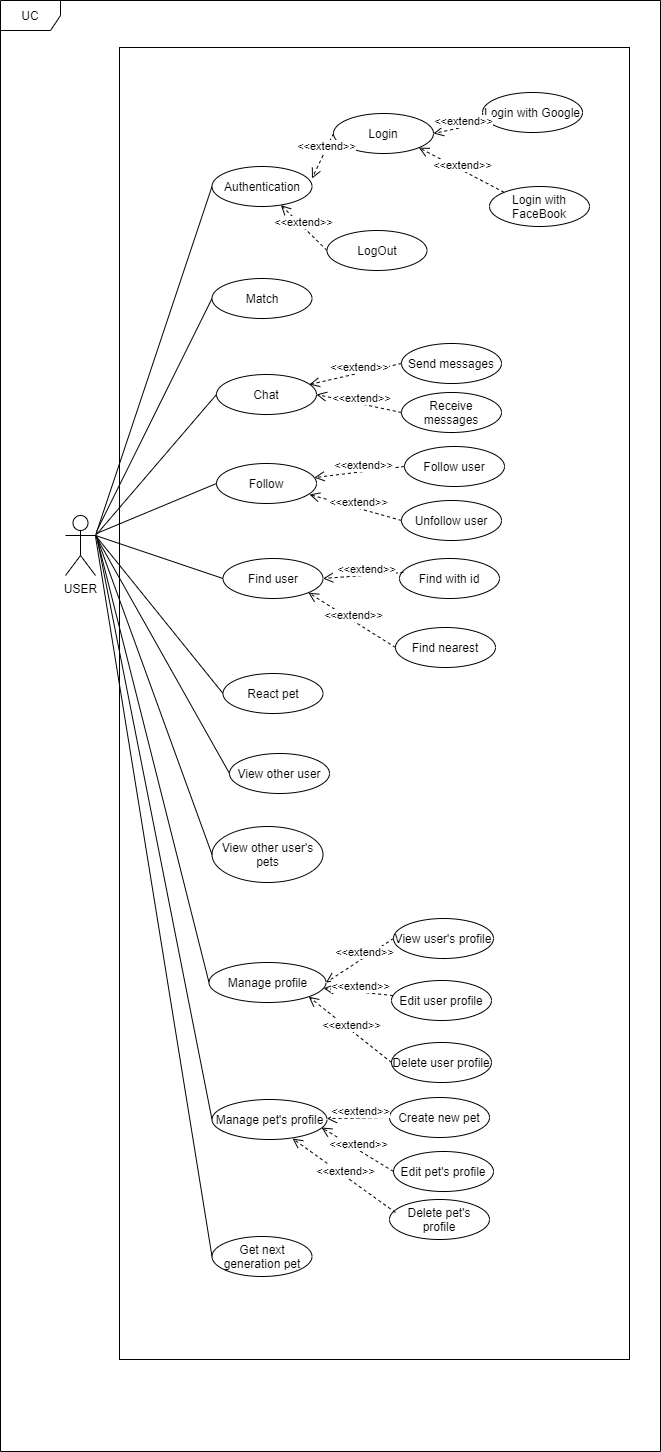
This is Document/Diagrams/Untitled Diagram-Usecase user.png from fevirtus/KLTN, a draw.io export, as it was before one commit. Source tidied: cells renumbered, new cells last; positions are measured from the earlier drawing's top-left corner, leaving out a move shared by most shapes.
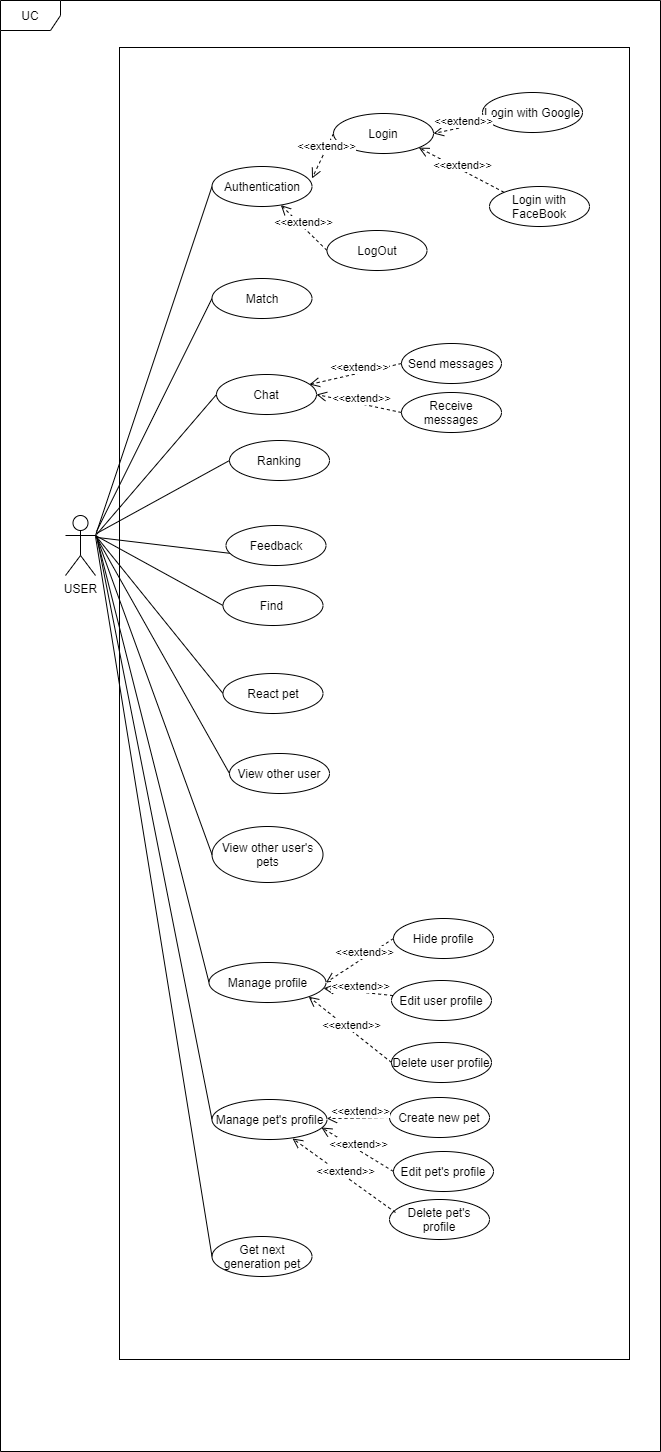
The same diagram one commit later.

Change to the diagram source:
```diff
@@ -20,11 +20,11 @@
     <mxCell id="7" value="Chat" style="ellipse;whiteSpace=wrap;html=1;align=center;" parent="1" vertex="1">
       <mxGeometry x="216" y="374" width="100" height="40" as="geometry" />
     </mxCell>
-    <mxCell id="8" value="Follow" style="ellipse;whiteSpace=wrap;html=1;align=center;" parent="1" vertex="1">
-      <mxGeometry x="216" y="463" width="100" height="40" as="geometry" />
+    <mxCell id="8" value="Ranking" style="ellipse;whiteSpace=wrap;html=1;align=center;" parent="1" vertex="1">
+      <mxGeometry x="229" y="440" width="100" height="40" as="geometry" />
     </mxCell>
-    <mxCell id="9" value="Find user" style="ellipse;whiteSpace=wrap;html=1;align=center;" parent="1" vertex="1">
-      <mxGeometry x="222.5" y="558" width="100" height="40" as="geometry" />
+    <mxCell id="9" value="Find&amp;nbsp;" style="ellipse;whiteSpace=wrap;html=1;align=center;" parent="1" vertex="1">
+      <mxGeometry x="222.5" y="585" width="100" height="40" as="geometry" />
     </mxCell>
     <mxCell id="10" value="React pet" style="ellipse;whiteSpace=wrap;html=1;align=center;" parent="1" vertex="1">
       <mxGeometry x="222.5" y="673" width="100" height="40" as="geometry" />
@@ -50,7 +50,7 @@
     <mxCell id="17" value="Edit user profile" style="ellipse;whiteSpace=wrap;html=1;align=center;" parent="1" vertex="1">
       <mxGeometry x="391" y="980" width="100" height="40" as="geometry" />
     </mxCell>
-    <mxCell id="18" value="View user's profile" style="ellipse;whiteSpace=wrap;html=1;align=center;" parent="1" vertex="1">
+    <mxCell id="18" value="Hide profile" style="ellipse;whiteSpace=wrap;html=1;align=center;" parent="1" vertex="1">
       <mxGeometry x="393" y="918" width="100" height="40" as="geometry" />
     </mxCell>
     <mxCell id="19" value="Edit pet's profile" style="ellipse;whiteSpace=wrap;html=1;align=center;" parent="1" vertex="1">
@@ -92,18 +92,6 @@
     <mxCell id="31" value="&amp;lt;&amp;lt;extend&amp;gt;&amp;gt;" style="html=1;verticalAlign=bottom;endArrow=open;dashed=1;endSize=8;exitX=0;exitY=0.5;exitDx=0;exitDy=0;entryX=0.93;entryY=0.25;entryDx=0;entryDy=0;entryPerimeter=0;" parent="1" edge="1" source="28" target="7">
       <mxGeometry x="-0.07" y="3" relative="1" as="geometry" />
     </mxCell>
-    <mxCell id="32" value="Follow user&lt;span style=&quot;color: rgba(0 , 0 , 0 , 0) ; font-family: monospace ; font-size: 0px&quot;&gt;%3CmxGraphModel%3E%3Croot%3E%3CmxCell%20id%3D%220%22%2F%3E%3CmxCell%20id%3D%221%22%20parent%3D%220%22%2F%3E%3CmxCell%20id%3D%222%22%20value%3D%22Follow%22%20style%3D%22ellipse%3BwhiteSpace%3Dwrap%3Bhtml%3D1%3Balign%3Dcenter%3B%22%20vertex%3D%221%22%20parent%3D%221%22%3E%3CmxGeometry%20x%3D%22243%22%20y%3D%22488%22%20width%3D%22100%22%20height%3D%2240%22%20as%3D%22geometry%22%2F%3E%3C%2FmxCell%3E%3C%2Froot%3E%3C%2FmxGraphModel%3E&lt;/span&gt;" style="ellipse;whiteSpace=wrap;html=1;align=center;" parent="1" vertex="1">
-      <mxGeometry x="404" y="446" width="100" height="40" as="geometry" />
-    </mxCell>
-    <mxCell id="33" value="Unfollow user&lt;span style=&quot;color: rgba(0 , 0 , 0 , 0) ; font-family: monospace ; font-size: 0px&quot;&gt;%3CmxGraphModel%3E%3Croot%3E%3CmxCell%20id%3D%220%22%2F%3E%3CmxCell%20id%3D%221%22%20parent%3D%220%22%2F%3E%3CmxCell%20id%3D%222%22%20value%3D%22Follow%22%20style%3D%22ellipse%3BwhiteSpace%3Dwrap%3Bhtml%3D1%3Balign%3Dcenter%3B%22%20vertex%3D%221%22%20parent%3D%221%22%3E%3CmxGeometry%20x%3D%22243%22%20y%3D%22488%22%20width%3D%22100%22%20height%3D%2240%22%20as%3D%22geometry%22%2F%3E%3C%2FmxCell%3E%3C%2Froot%3E%3C%2FmxGraphModel%3E&lt;/span&gt;" style="ellipse;whiteSpace=wrap;html=1;align=center;" parent="1" vertex="1">
-      <mxGeometry x="401" y="500" width="100" height="40" as="geometry" />
-    </mxCell>
-    <mxCell id="34" value="&amp;lt;&amp;lt;extend&amp;gt;&amp;gt;" style="html=1;verticalAlign=bottom;endArrow=open;dashed=1;endSize=8;exitX=0;exitY=0.5;exitDx=0;exitDy=0;" parent="1" edge="1" source="32" target="8">
-      <mxGeometry x="-0.07" y="3" relative="1" as="geometry" />
-    </mxCell>
-    <mxCell id="35" value="&amp;lt;&amp;lt;extend&amp;gt;&amp;gt;" style="html=1;verticalAlign=bottom;endArrow=open;dashed=1;endSize=8;exitX=0;exitY=0.5;exitDx=0;exitDy=0;entryX=0.93;entryY=0.775;entryDx=0;entryDy=0;entryPerimeter=0;" parent="1" edge="1" source="33" target="8">
-      <mxGeometry x="-0.07" y="3" relative="1" as="geometry" />
-    </mxCell>
     <mxCell id="36" value="Create new pet" style="ellipse;whiteSpace=wrap;html=1;align=center;" parent="1" vertex="1">
       <mxGeometry x="389" y="1097" width="100" height="40" as="geometry" />
     </mxCell>
@@ -128,18 +116,6 @@
     <mxCell id="43" value="&amp;lt;&amp;lt;extend&amp;gt;&amp;gt;" style="html=1;verticalAlign=bottom;endArrow=open;dashed=1;endSize=8;exitX=0.06;exitY=0.325;exitDx=0;exitDy=0;exitPerimeter=0;entryX=0.7;entryY=0.975;entryDx=0;entryDy=0;entryPerimeter=0;" parent="1" edge="1" source="37" target="14">
       <mxGeometry x="-0.07" y="3" relative="1" as="geometry" />
     </mxCell>
-    <mxCell id="44" value="Find with id" style="ellipse;whiteSpace=wrap;html=1;align=center;" parent="1" vertex="1">
-      <mxGeometry x="399" y="558" width="100" height="40" as="geometry" />
-    </mxCell>
-    <mxCell id="45" value="Find nearest" style="ellipse;whiteSpace=wrap;html=1;align=center;" parent="1" vertex="1">
-      <mxGeometry x="395" y="627" width="100" height="40" as="geometry" />
-    </mxCell>
-    <mxCell id="46" value="&amp;lt;&amp;lt;extend&amp;gt;&amp;gt;" style="html=1;verticalAlign=bottom;endArrow=open;dashed=1;endSize=8;exitX=0;exitY=0.5;exitDx=0;exitDy=0;entryX=1;entryY=1;entryDx=0;entryDy=0;" parent="1" edge="1" source="45" target="9">
-      <mxGeometry x="-0.07" y="3" relative="1" as="geometry" />
-    </mxCell>
-    <mxCell id="47" value="&amp;lt;&amp;lt;extend&amp;gt;&amp;gt;" style="html=1;verticalAlign=bottom;endArrow=open;dashed=1;endSize=8;exitX=0.04;exitY=0.35;exitDx=0;exitDy=0;entryX=1;entryY=0.5;entryDx=0;entryDy=0;exitPerimeter=0;" parent="1" edge="1" source="44" target="9">
-      <mxGeometry x="-0.07" y="3" relative="1" as="geometry" />
-    </mxCell>
     <mxCell id="48" style="endArrow=none;html=1;entryX=0;entryY=0.5;entryDx=0;entryDy=0;exitX=1;exitY=0.3333333333333333;exitDx=0;exitDy=0;exitPerimeter=0;" parent="1" edge="1" source="4" target="5">
       <mxGeometry relative="1" as="geometry" />
     </mxCell>
@@ -189,5 +165,13 @@
         <mxPoint x="95" y="536" as="sourcePoint" />
       </mxGeometry>
     </mxCell>
+    <mxCell id="59" style="endArrow=none;html=1;entryX=0.055;entryY=0.7;entryDx=0;entryDy=0;entryPerimeter=0;" parent="1" edge="1" target="60">
+      <mxGeometry relative="1" as="geometry">
+        <mxPoint x="97" y="537" as="sourcePoint" />
+      </mxGeometry>
+    </mxCell>
+    <mxCell id="60" value="Feedback" style="ellipse;whiteSpace=wrap;html=1;align=center;" parent="1" vertex="1">
+      <mxGeometry x="225.5" y="525" width="100" height="40" as="geometry" />
+    </mxCell>
   </root>
 </mxGraphModel>
```
